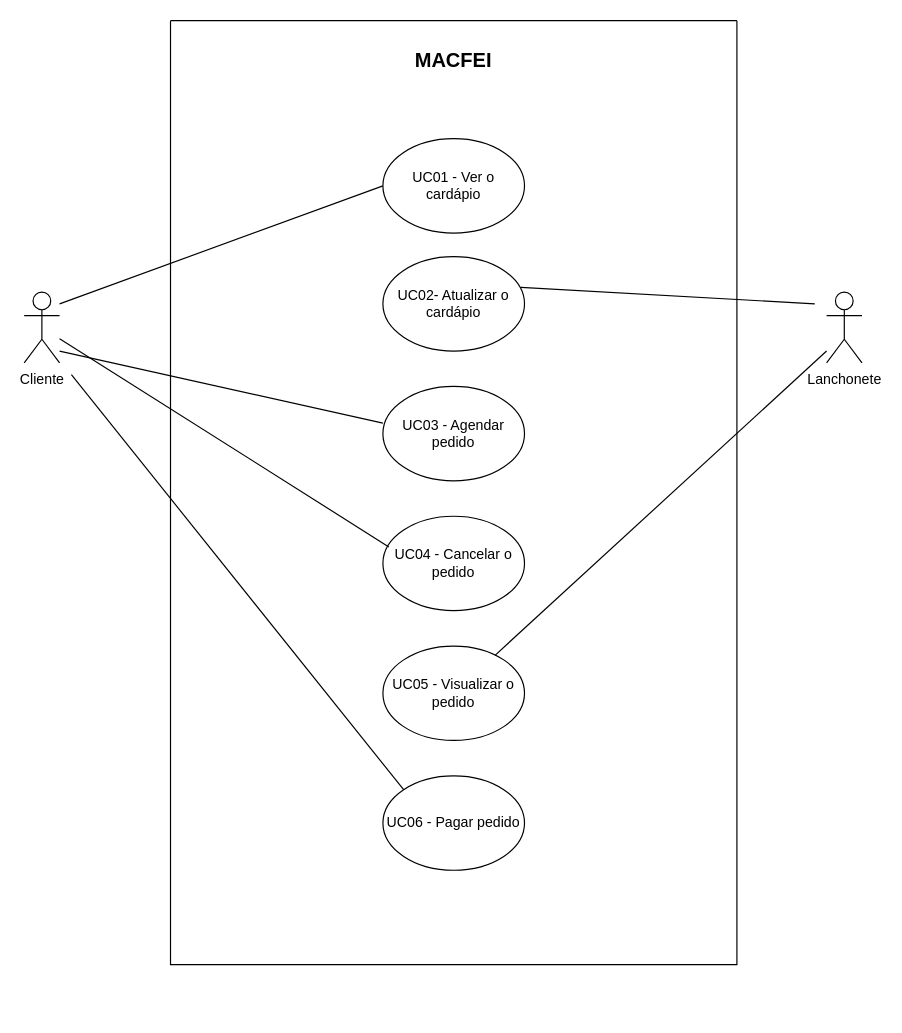
This is Diagramas_do_projeto/Diagrama_casos_de_uso.drawio from VitorHenriqueOC/Projeto_MacFei, a draw.io file, before an edit. Source tidied: cells renumbered, new cells numbered last; positions are measured from the earlier drawing's top-left corner, leaving out a move shared by most shapes. Both pictures are drawn from the tidied source at 118%, with x=0, y=0 at pixel (24, 20).
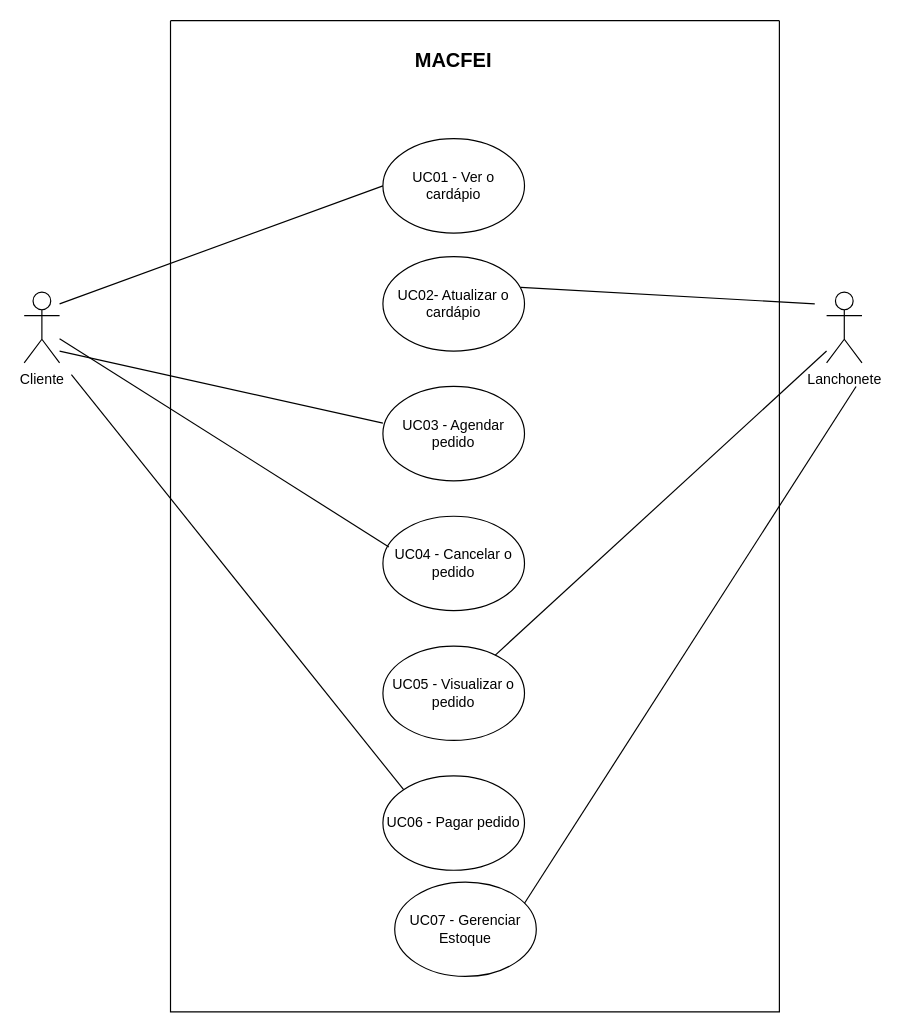
The same diagram, later.

What changed in the source:
```diff
@@
     <mxCell id="2" style="swimlane;startSize=0;strokeWidth=1;" parent="1" vertex="1">
-      <mxGeometry x="124" width="480" height="800" as="geometry" />
+      <mxGeometry x="124" width="516" height="840" as="geometry" />
     </mxCell>
@@
+    <mxCell id="18" value="UC07 - Gerenciar Estoque" style="ellipse;whiteSpace=wrap;html=1;" parent="2" vertex="1">
+      <mxGeometry x="190" y="730" width="120" height="80" as="geometry" />
+    </mxCell>
+    <mxCell id="19" style="endArrow=none;html=1;rounded=0;" parent="2" edge="1">
+      <mxGeometry relative="1" as="geometry">
+        <mxPoint x="300" y="748" as="sourcePoint" />
+        <mxPoint x="581" y="310" as="targetPoint" />
+      </mxGeometry>
+    </mxCell>
```
